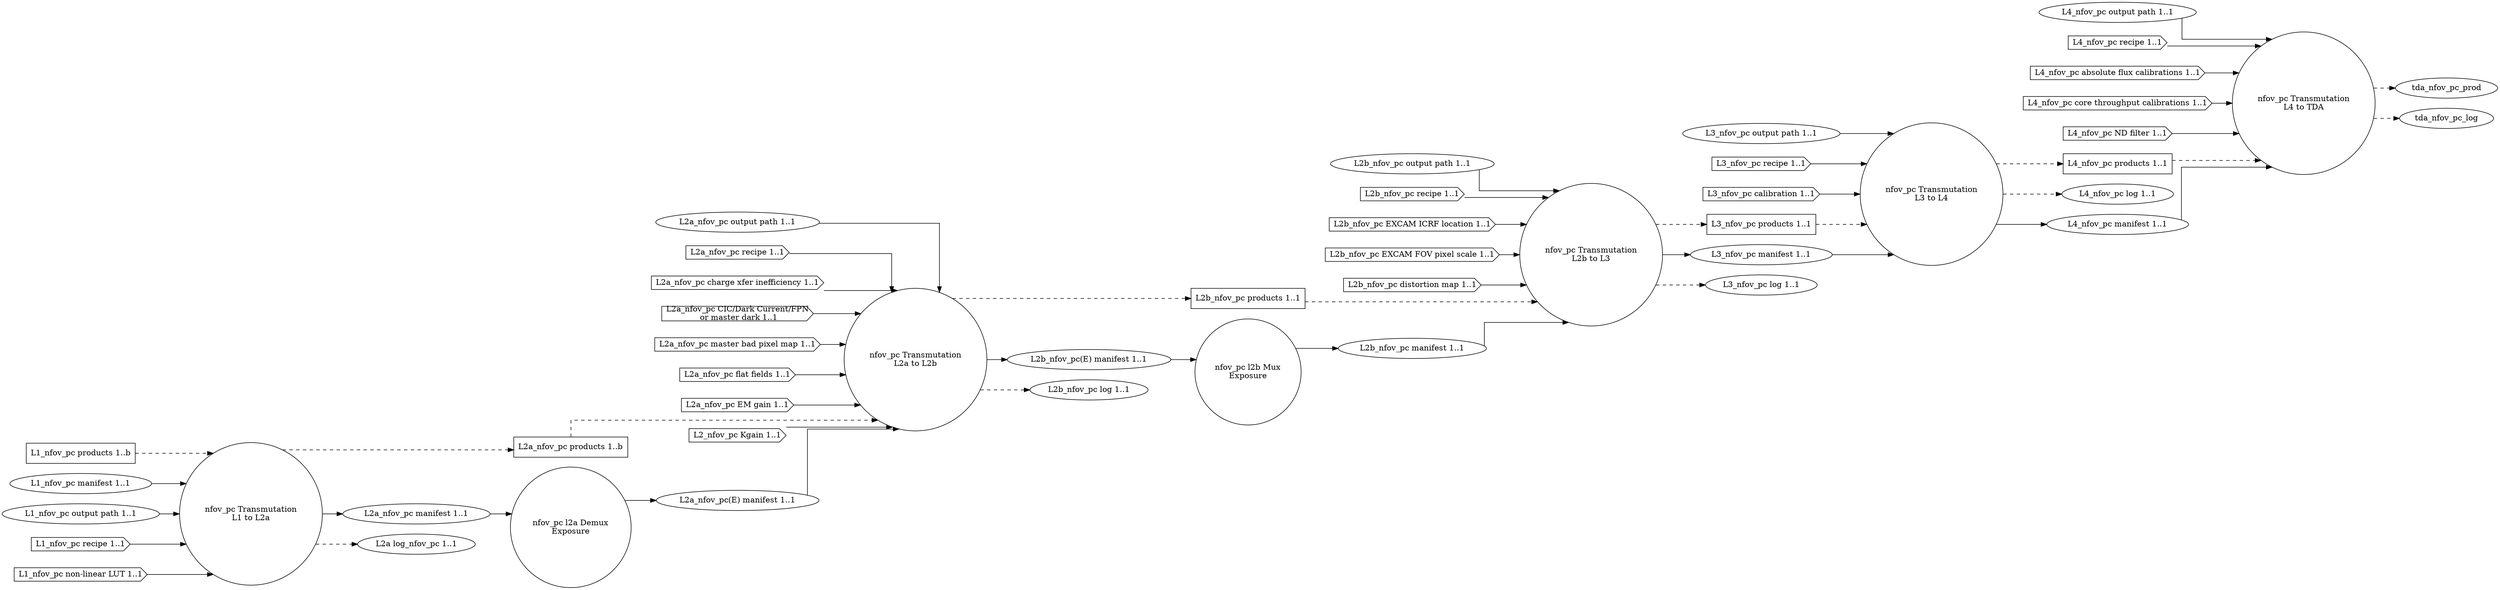
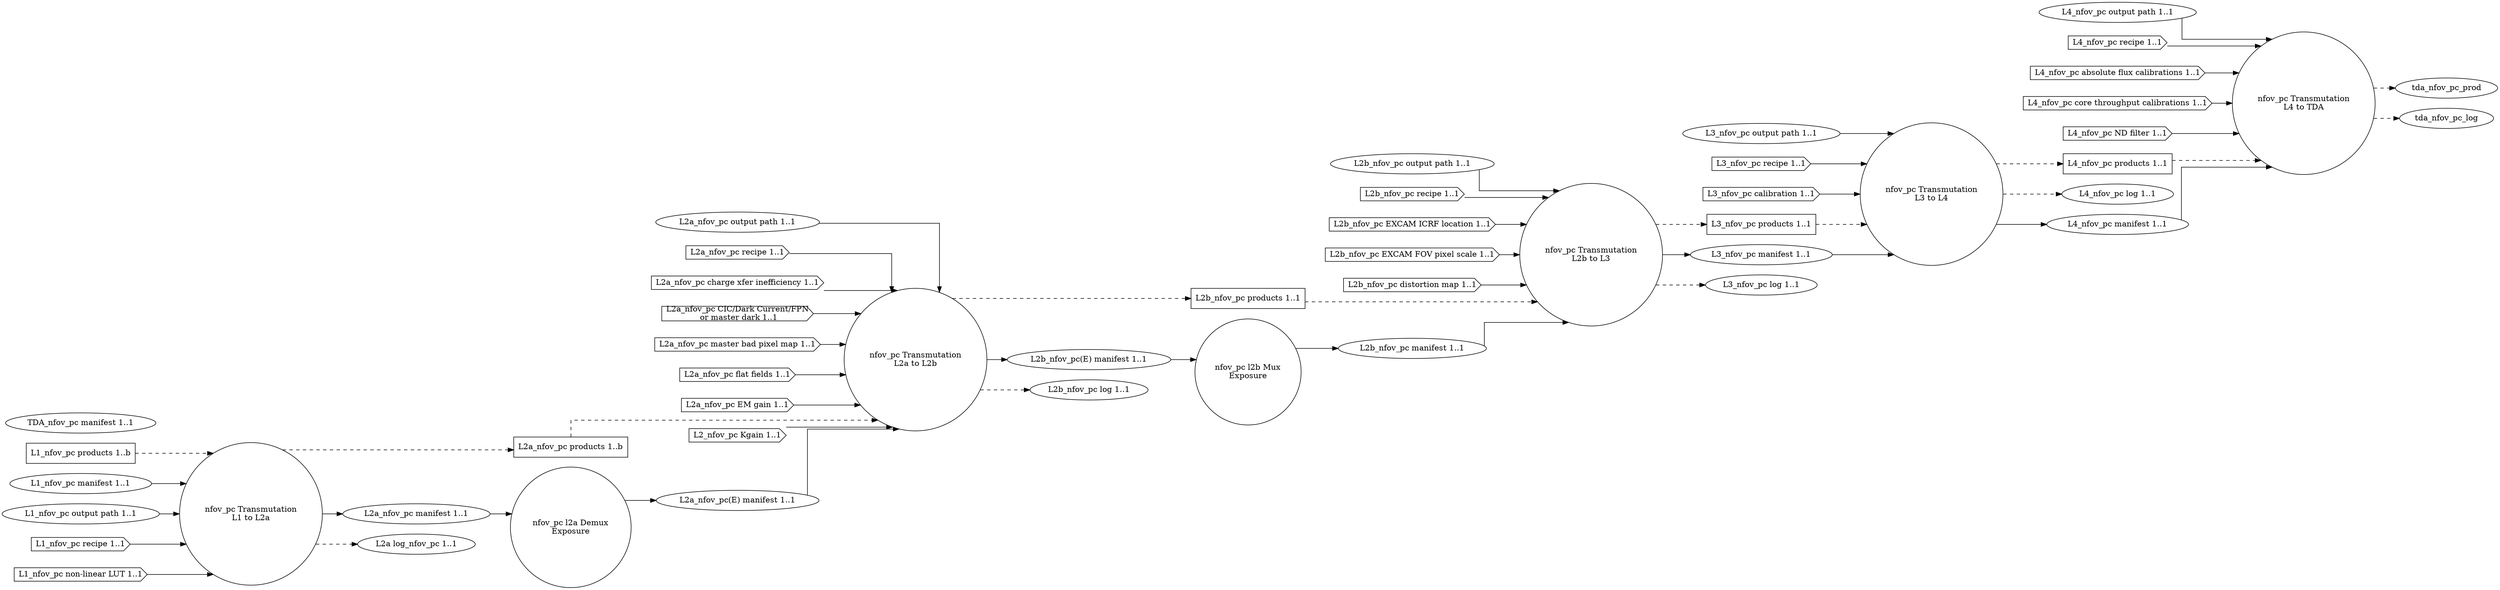
digraph NarrowFieldOfViewPhotonCount {
graph [splines="ortho", rankdir=LR];
trans_nfov_pc_l1_l2a [label="nfov_pc Transmutation\nL1 to L2a", shape="circle", runname="l1.transmutation_nfov_pc", runtype="dawgie.Algorithm", fsmtype="dip.base.Runner"];
l2a_nfov_pc_demux [label="nfov_pc l2a Demux\nExposure", shape="circle", runname="l2a.demux_nfov_pc", runtype="dawgie.Algorithm", fsmtype="dip.clerk.impls.demux.FSM"];
trans_nfov_pc_l2a_l2b [label="nfov_pc Transmutation\nL2a to L2b", shape="circle", runname="l2a.transmutation_nfov_pc", runtype="dawgie.Algorithm", fsmtype="dip.base.Runner"];
l2b_nfov_pc_mux [label="nfov_pc l2b Mux\nExposure", shape="circle", runname="l2b.mux_nfov_pc", runtype="dawgie.Analyzer", fsmtype="dip.clerk.impls.mux.FSM"];
trans_nfov_pc_l2b_l3 [label="nfov_pc Transmutation\nL2b to L3", shape="circle", runname="l2b.transmutation_nfov_pc", runtype="dawgie.Algorithm", fsmtype="dip.base.Runner"];
trans_nfov_pc_l3_l4 [label="nfov_pc Transmutation\nL3 to L4", shape="circle", runname="l3.transmutation_nfov_pc", runtype="dawgie.Algorithm", fsmtype="dip.base.Runner"];
trans_nfov_pc_l4_tda [label="nfov_pc Transmutation\nL4 to TDA", shape="circle", runname="l4.transmutation_nfov_pc", runtype="dawgie.Algorithm", fsmtype="dip.base.Runner"];
l1_nfov_pc_prod [label="L1_nfov_pc products 1..b", shape="rectangle"];
l1_nfov_pc_man [label="L1_nfov_pc manifest 1..1", shape="ellipse"];
l1_nfov_pc_odir [label="L1_nfov_pc output path 1..1", shape="ellipse"];
l1_nfov_pc_rec [label="L1_nfov_pc recipe 1..1", shape="cds"];
l1_nfov_pc_nllut [label="L1_nfov_pc non-linear LUT 1..1", shape="cds"];
l2a_nfov_pc_prod [label="L2a_nfov_pc products 1..b", shape="rectangle"];
l2a_nfov_pc_man [label="L2a_nfov_pc manifest 1..1", shape="ellipse", valname="l1.transmutation_nfov_pc.product.manifest", valtype="dip.base.Manifest"];
l2a_nfov_pc_odir [label="L2a_nfov_pc output path 1..1", shape="ellipse"];
l2a_nfov_pc_rec [label="L2a_nfov_pc recipe 1..1", shape="cds"];
l2a_nfov_pc_cti [label="L2a_nfov_pc charge xfer inefficiency 1..1", shape="cds"];
l2a_nfov_pc_dnb [label="L2a_nfov_pc CIC/Dark Current/FPN\n or master dark 1..1", shape="cds"];
l2a_nfov_pc_mbpm [label="L2a_nfov_pc master bad pixel map 1..1", shape="cds"];
l2a_nfov_pc_ff [label="L2a_nfov_pc flat fields 1..1", shape="cds"];
l2a_nfov_pc_emg [label="L2a_nfov_pc EM gain 1..1", shape="cds"];
l2a_nfov_pc_kgain [label="L2_nfov_pc Kgain 1..1", shape="cds"];
l2a_nfov_pc_log [label="L2a log_nfov_pc 1..1", shape="ellipse"];
l2a_nfov_pc_man_demux [label="L2a_nfov_pc(E) manifest 1..1", shape="ellipse", valname="l2a.demux_nfov_pc.product.manifest", valtype="dip.base.Manifest"];
l2b_nfov_pc_prod [label="L2b_nfov_pc products 1..1", shape="rectangle"];
l2b_nfov_pc_man [label="L2b_nfov_pc manifest 1..1", shape="ellipse", valname="l2b.mux_nfov_pc.product.manifest", valtype="dip.base.Manifest"];
l2b_nfov_pc_odir [label="L2b_nfov_pc output path 1..1", shape="ellipse"];
l2b_nfov_pc_rec [label="L2b_nfov_pc recipe 1..1", shape="cds"];
l2b_nfov_pc_excicrf [label="L2b_nfov_pc EXCAM ICRF location 1..1", shape="cds"];
l2b_nfov_pc_excfovps [label="L2b_nfov_pc EXCAM FOV pixel scale 1..1", shape="cds"];
l2b_nfov_pc_distm [label="L2b_nfov_pc distortion map 1..1", shape="cds"];
l2b_nfov_pc_man_demux [label="L2b_nfov_pc(E) manifest 1..1", shape="ellipse", valname="l2a.transmutation_nfov_pc.product.manifest", valtype="dip.base.Manifest"];
l2b_nfov_pc_log [label="L2b_nfov_pc log 1..1", shape="ellipse"];
l3_nfov_pc_prod [label="L3_nfov_pc products 1..1", shape="rectangle"];
l3_nfov_pc_odir [label="L3_nfov_pc output path 1..1", shape="ellipse"];
l3_nfov_pc_man [label="L3_nfov_pc manifest 1..1", shape="ellipse", valname="l2b.transmutation_nfov_pc.product.manifest", valtype="dip.base.Manifest"];
l3_nfov_pc_rec [label="L3_nfov_pc recipe 1..1", shape="cds"];
l3_nfov_pc_cal [label="L3_nfov_pc calibration 1..1", shape="cds"];
l3_nfov_pc_log [label="L3_nfov_pc log 1..1", shape="ellipse"];
l4_nfov_pc_prod [label="L4_nfov_pc products 1..1", shape="rectangle"];
l4_nfov_pc_odir [label="L4_nfov_pc output path 1..1", shape="ellipse"];
l4_nfov_pc_log [label="L4_nfov_pc log 1..1", shape="ellipse"];
l4_nfov_pc_man [label="L4_nfov_pc manifest 1..1", shape="ellipse", valname="l3.transmutation_nfov_pc.product.manifest", valtype="dip.base.Manifest"];
l4_nfov_pc_rec [label="L4_nfov_pc recipe 1..1", shape="cds"];
l4_nfov_pc_afcal [label="L4_nfov_pc absolute flux calibrations 1..1", shape="cds"];
l4_nfov_pc_ctcal [label="L4_nfov_pc core throughput calibrations 1..1", shape="cds"];
l4_nfov_pc_ndfilt [label="L4_nfov_pc ND filter 1..1", shape="cds"];
+ tda_nfov_pc_man [label="TDA_nfov_pc manifest 1..1", shape="ellipse", valname="l4.transmutation_nfov_pc.product.manifest", valtype="dip.base.Manifest"];
l1_nfov_pc_prod -> trans_nfov_pc_l1_l2a [style="dashed"];
l1_nfov_pc_man -> trans_nfov_pc_l1_l2a;
l1_nfov_pc_odir -> trans_nfov_pc_l1_l2a;
l1_nfov_pc_rec -> trans_nfov_pc_l1_l2a;
l1_nfov_pc_nllut -> trans_nfov_pc_l1_l2a;
trans_nfov_pc_l1_l2a -> l2a_nfov_pc_prod [style="dashed"];
trans_nfov_pc_l1_l2a -> l2a_nfov_pc_man;
trans_nfov_pc_l1_l2a -> l2a_nfov_pc_log [style="dashed"];
l2a_nfov_pc_prod -> trans_nfov_pc_l2a_l2b [style="dashed"];
l2a_nfov_pc_kgain -> trans_nfov_pc_l2a_l2b;
l2a_nfov_pc_odir -> trans_nfov_pc_l2a_l2b;
l2a_nfov_pc_rec -> trans_nfov_pc_l2a_l2b;
l2a_nfov_pc_cti -> trans_nfov_pc_l2a_l2b;
l2a_nfov_pc_dnb -> trans_nfov_pc_l2a_l2b;
l2a_nfov_pc_mbpm -> trans_nfov_pc_l2a_l2b;
l2a_nfov_pc_ff -> trans_nfov_pc_l2a_l2b;
l2a_nfov_pc_emg -> trans_nfov_pc_l2a_l2b;
trans_nfov_pc_l2a_l2b -> l2b_nfov_pc_prod [style="dashed"];
trans_nfov_pc_l2a_l2b -> l2b_nfov_pc_man_demux;
trans_nfov_pc_l2a_l2b -> l2b_nfov_pc_log [style="dashed"];
l2a_nfov_pc_man -> l2a_nfov_pc_demux;
l2a_nfov_pc_demux -> l2a_nfov_pc_man_demux;
l2a_nfov_pc_man_demux -> trans_nfov_pc_l2a_l2b;
l2b_nfov_pc_man_demux -> l2b_nfov_pc_mux;
l2b_nfov_pc_mux -> l2b_nfov_pc_man;
l2b_nfov_pc_prod -> trans_nfov_pc_l2b_l3 [style="dashed"];
l2b_nfov_pc_man -> trans_nfov_pc_l2b_l3;
l2b_nfov_pc_odir -> trans_nfov_pc_l2b_l3;
l2b_nfov_pc_rec -> trans_nfov_pc_l2b_l3;
l2b_nfov_pc_excicrf -> trans_nfov_pc_l2b_l3;
l2b_nfov_pc_excfovps -> trans_nfov_pc_l2b_l3;
l2b_nfov_pc_distm -> trans_nfov_pc_l2b_l3;
trans_nfov_pc_l2b_l3 -> l3_nfov_pc_prod [style="dashed"];
trans_nfov_pc_l2b_l3 -> l3_nfov_pc_man;
trans_nfov_pc_l2b_l3 -> l3_nfov_pc_log [style="dashed"];
l3_nfov_pc_prod -> trans_nfov_pc_l3_l4 [style="dashed"];
l3_nfov_pc_man -> trans_nfov_pc_l3_l4;
l3_nfov_pc_odir -> trans_nfov_pc_l3_l4;
l3_nfov_pc_rec -> trans_nfov_pc_l3_l4;
l3_nfov_pc_cal -> trans_nfov_pc_l3_l4;
trans_nfov_pc_l3_l4 -> l4_nfov_pc_prod [style="dashed"];
trans_nfov_pc_l3_l4 -> l4_nfov_pc_log [style="dashed"];
trans_nfov_pc_l3_l4 -> l4_nfov_pc_man;
l4_nfov_pc_prod -> trans_nfov_pc_l4_tda [style="dashed"];
l4_nfov_pc_man -> trans_nfov_pc_l4_tda;
l4_nfov_pc_odir -> trans_nfov_pc_l4_tda;
l4_nfov_pc_rec -> trans_nfov_pc_l4_tda;
l4_nfov_pc_afcal -> trans_nfov_pc_l4_tda;
l4_nfov_pc_ctcal -> trans_nfov_pc_l4_tda;
l4_nfov_pc_ndfilt -> trans_nfov_pc_l4_tda;
trans_nfov_pc_l4_tda -> tda_nfov_pc_prod [style="dashed"];
trans_nfov_pc_l4_tda -> tda_nfov_pc_log [style="dashed"];
}
